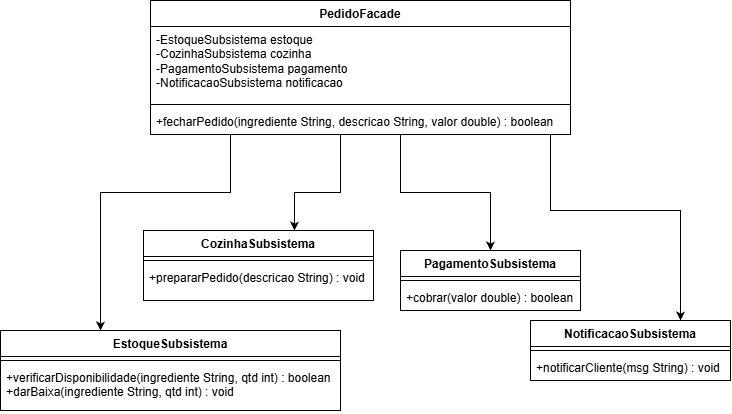
Before: diagrams/facade.png, a diagram exported from draw.io (viniciusmachadovianna/hamburgueria). Source tidied: cells renumbered, new cells last; positions are measured from the earlier drawing's top-left corner, leaving out a move shared by most shapes.
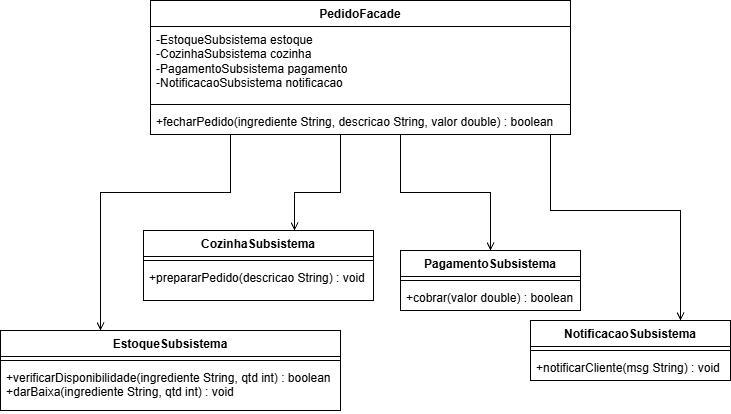
The same diagram one commit later.

Commit message:
Flyweight diagram

Change to the diagram source:
```diff
@@ -2,7 +2,7 @@
   <root>
     <mxCell id="0" />
     <mxCell id="1" parent="0" />
-    <mxCell id="2" style="edgeStyle=orthogonalEdgeStyle;rounded=0;jettySize=auto;html=1;" parent="1" edge="1" source="6" target="10">
+    <mxCell id="2" style="edgeStyle=orthogonalEdgeStyle;rounded=0;jettySize=auto;html=1;endArrow=open;endFill=0;" parent="1" edge="1" source="6" target="10">
       <mxGeometry relative="1" as="geometry">
         <Array as="points">
           <mxPoint x="230" y="192" />
@@ -10,7 +10,7 @@
         </Array>
       </mxGeometry>
     </mxCell>
-    <mxCell id="3" style="edgeStyle=orthogonalEdgeStyle;rounded=0;jettySize=auto;html=1;" parent="1" edge="1" source="6" target="16">
+    <mxCell id="3" style="edgeStyle=orthogonalEdgeStyle;rounded=0;jettySize=auto;html=1;endArrow=open;endFill=0;" parent="1" edge="1" source="6" target="16">
       <mxGeometry relative="1" as="geometry">
         <Array as="points">
           <mxPoint x="340" y="192" />
@@ -18,7 +18,7 @@
         </Array>
       </mxGeometry>
     </mxCell>
-    <mxCell id="4" style="edgeStyle=orthogonalEdgeStyle;rounded=0;jettySize=auto;html=1;" parent="1" edge="1" source="6" target="13">
+    <mxCell id="4" style="edgeStyle=orthogonalEdgeStyle;rounded=0;jettySize=auto;html=1;endArrow=open;endFill=0;" parent="1" edge="1" source="6" target="13">
       <mxGeometry relative="1" as="geometry">
         <Array as="points">
           <mxPoint x="400" y="192" />
@@ -26,7 +26,7 @@
         </Array>
       </mxGeometry>
     </mxCell>
-    <mxCell id="5" style="edgeStyle=orthogonalEdgeStyle;rounded=0;jettySize=auto;html=1;" parent="1" edge="1" source="6" target="19">
+    <mxCell id="5" style="edgeStyle=orthogonalEdgeStyle;rounded=0;jettySize=auto;html=1;endArrow=open;endFill=0;" parent="1" edge="1" source="6" target="19">
       <mxGeometry relative="1" as="geometry">
         <Array as="points">
           <mxPoint x="550" y="210" />
```
